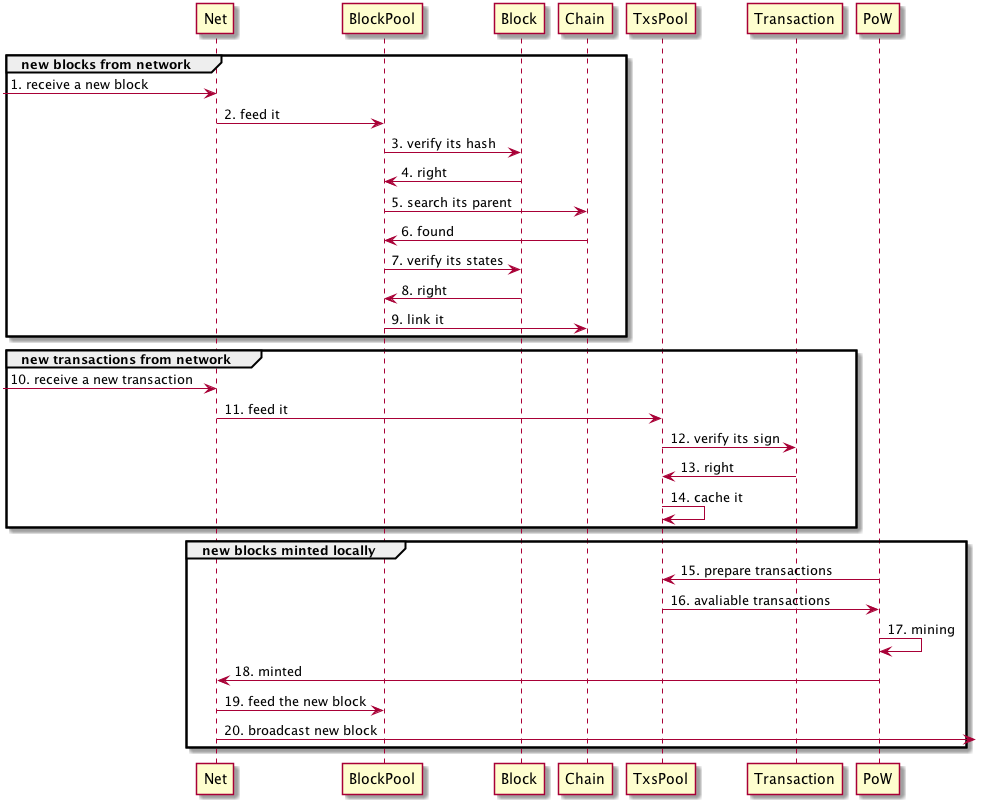
The PlantUML diagram resources/workflow.png in nebulasio/wiki, before a commit.
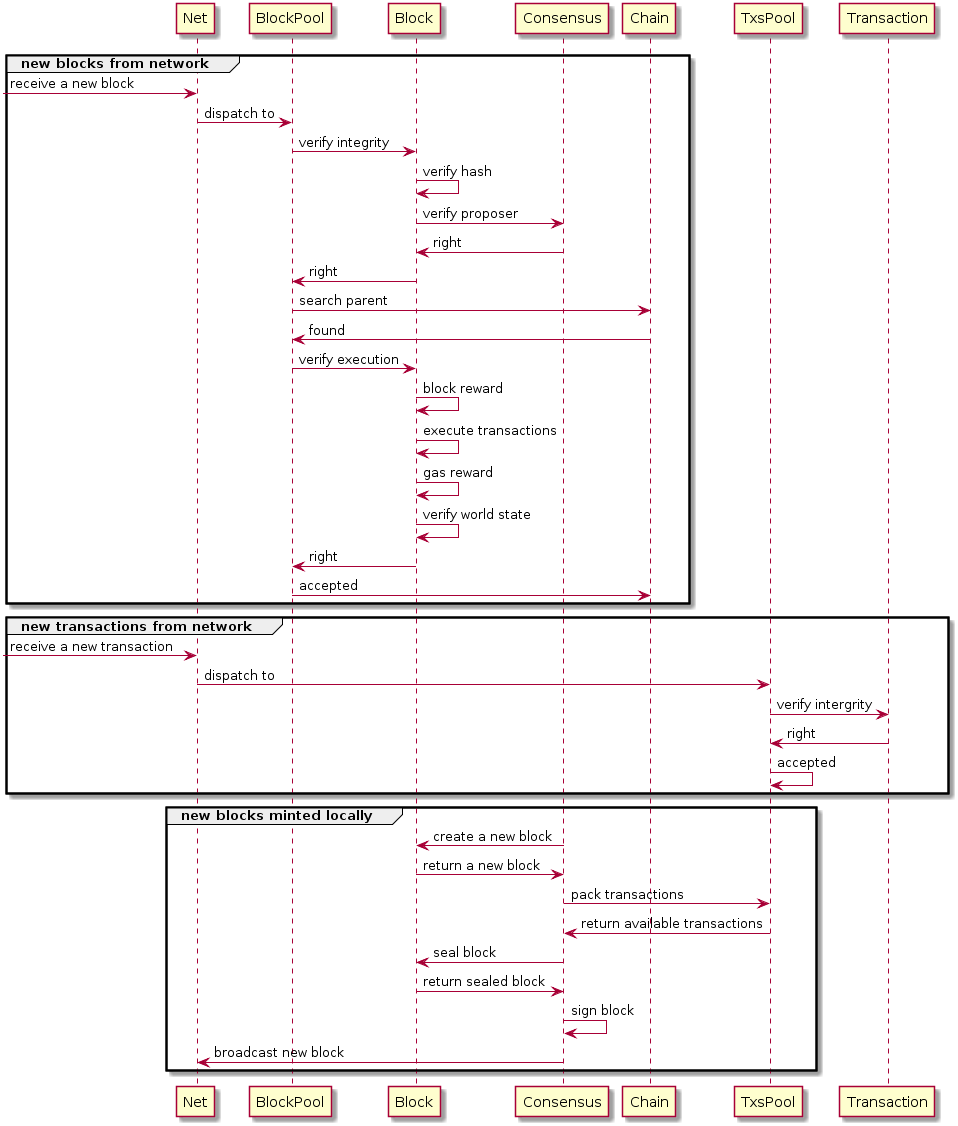
The same diagram one commit later.

Change to the diagram source:
```diff
@@ -1,32 +1,39 @@
-@startuml workflow
-
+@startuml
 group new blocks from network
-    -> Net: 1. receive a new block
-    Net -> BlockPool: 2. feed it
-    BlockPool -> Block: 3. verify its hash
-    Block -> BlockPool: 4. right
-    BlockPool -> Chain: 5. search its parent
-    Chain -> BlockPool: 6. found
-    BlockPool -> Block: 7. verify its states
-    Block -> BlockPool: 8. right
-    BlockPool -> Chain: 9. link it
+    -> Net: receive a new block
+    Net -> BlockPool: dispatch to
+    BlockPool -> Block: verify integrity
+    Block -> Block: verify hash
+    Block -> Consensus: verify proposer
+    Consensus -> Block: right
+    Block -> BlockPool: right
+    BlockPool -> Chain: search parent
+    Chain -> BlockPool: found
+    BlockPool -> Block: verify execution
+    Block -> Block: block reward
+    Block -> Block: execute transactions
+    Block -> Block: gas reward
+    Block -> Block: verify world state
+    Block -> BlockPool: right
+    BlockPool -> Chain: accepted
 end
 
 group new transactions from network
-    -> Net: 10. receive a new transaction
-    Net -> TxsPool: 11. feed it
-    TxsPool -> Transaction: 12. verify its sign
-    Transaction -> TxsPool: 13. right
-    TxsPool -> TxsPool: 14. cache it
+    -> Net: receive a new transaction
+    Net -> TxsPool: dispatch to
+    TxsPool -> Transaction: verify intergrity
+    Transaction -> TxsPool: right
+    TxsPool -> TxsPool: accepted
 end
 
 group new blocks minted locally
-    PoW -> TxsPool: 15. prepare transactions
-    TxsPool -> PoW: 16. avaliable transactions
-    PoW -> PoW: 17. mining
-    PoW -> Net: 18. minted
-    Net ->  BlockPool: 19. feed the new block
-    Net -> : 20. broadcast new block
+    Consensus -> Block: create a new block
+    Block -> Consensus: return a new block
+    Consensus -> TxsPool: pack transactions
+    TxsPool -> Consensus: return available transactions
+    Consensus -> Block: seal block
+    Block -> Consensus: return sealed block
+    Consensus -> Consensus: sign block
+    Consensus -> Net: broadcast new block
 end
-
 @enduml
```
